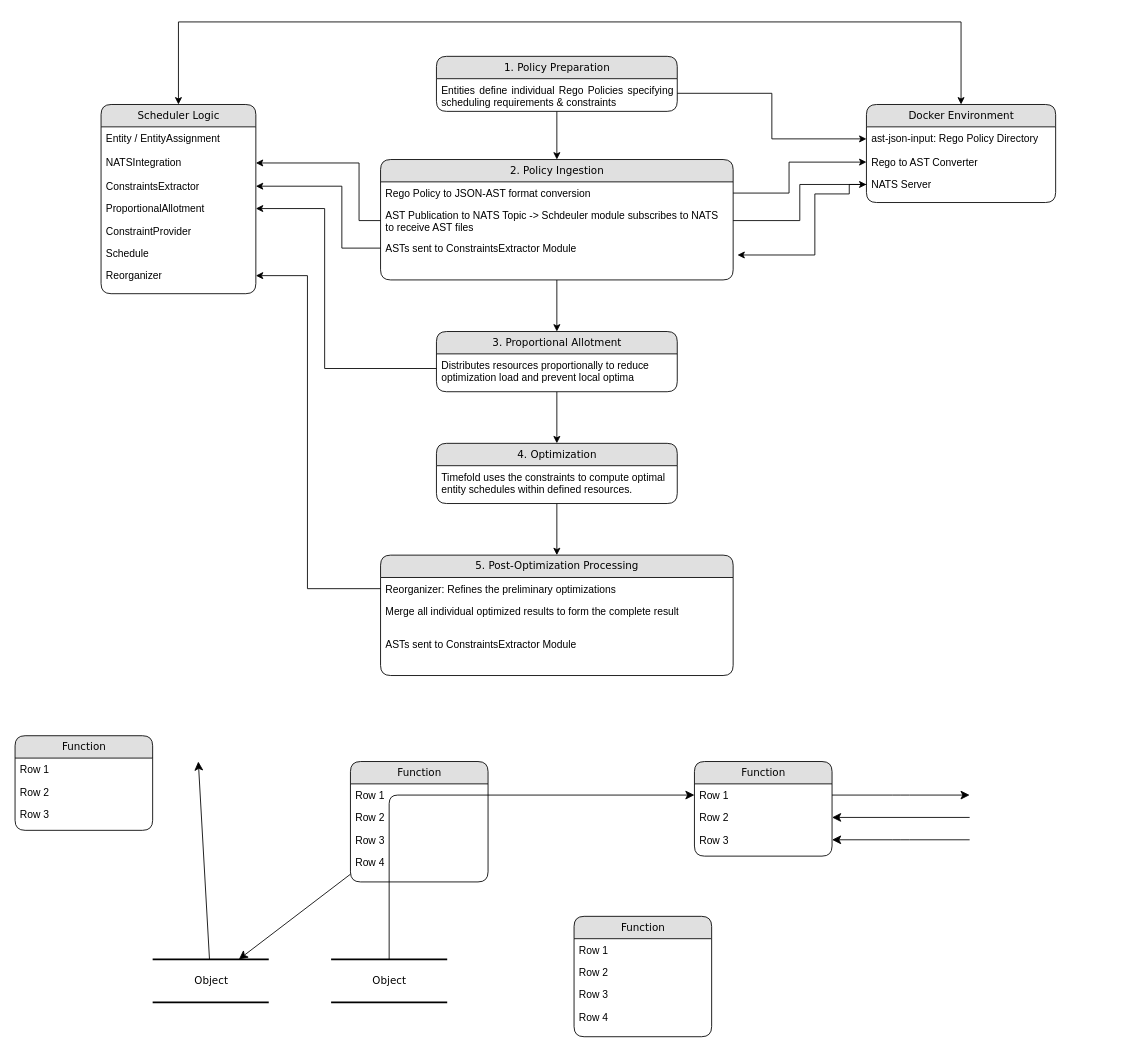
Earlier version of the draw.io diagram Untitled Diagram.drawio (Bravo1311/Draw.io). Source tidied: cells renumbered, new cells numbered last; positions are measured from the earlier drawing's top-left corner, leaving out a move shared by most shapes. Both pictures are drawn from the tidied source at 86%, with x=0, y=0 at pixel (15, 22).
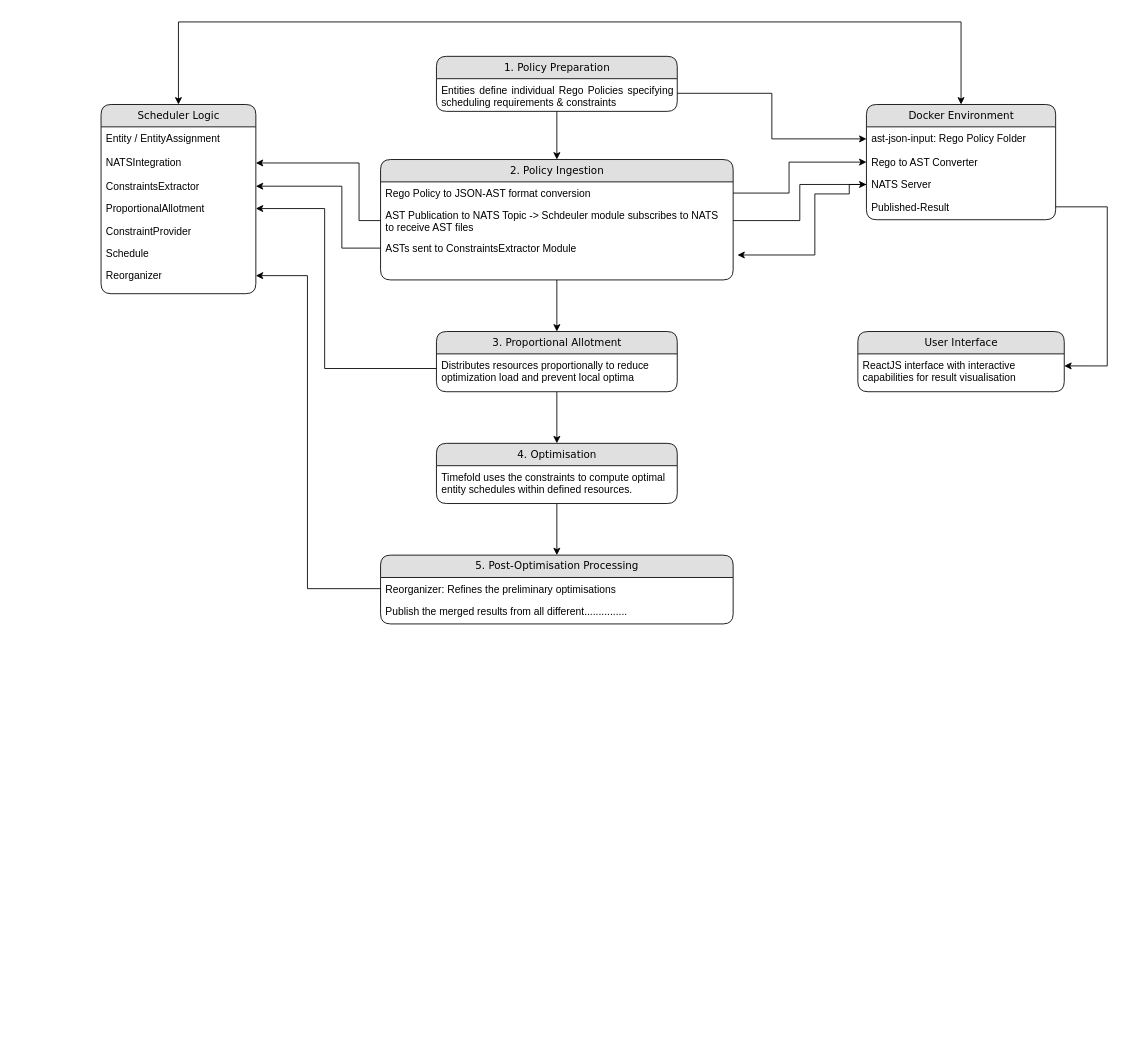
The same diagram, later.

Diff of the diagram source:
```diff
@@
-    <mxCell id="2" value="Object" style="html=1;rounded=0;shadow=0;comic=0;labelBackgroundColor=none;strokeWidth=2;fontFamily=Verdana;fontSize=12;align=center;shape=mxgraph.ios7ui.horLines;" parent="1" vertex="1">
-      <mxGeometry x="160" y="1090" width="135" height="50" as="geometry" />
-    </mxCell>
@@
-    <mxCell id="11" value="Function" style="swimlane;html=1;fontStyle=0;horizontal=1;startSize=26;fillColor=#e0e0e0;swimlaneFillColor=#ffffff;align=center;rounded=1;shadow=0;comic=0;labelBackgroundColor=none;strokeWidth=1;fontFamily=Verdana;fontSize=12;" parent="1" vertex="1">
-      <mxGeometry y="830" width="160" height="110" as="geometry" />
-    </mxCell>
-    <mxCell id="12" value="Row 1" style="text;html=1;strokeColor=none;fillColor=none;spacingLeft=4;spacingRight=4;whiteSpace=wrap;overflow=hidden;" parent="11" vertex="1">
-      <mxGeometry y="26" width="160" height="26" as="geometry" />
-    </mxCell>
-    <mxCell id="13" value="Row 2" style="text;html=1;strokeColor=none;fillColor=none;spacingLeft=4;spacingRight=4;whiteSpace=wrap;overflow=hidden;" parent="11" vertex="1">
-      <mxGeometry y="52" width="160" height="26" as="geometry" />
-    </mxCell>
-    <mxCell id="14" value="Row 3" style="text;html=1;strokeColor=none;fillColor=none;spacingLeft=4;spacingRight=4;whiteSpace=wrap;overflow=hidden;" parent="11" vertex="1">
-      <mxGeometry y="78" width="160" height="26" as="geometry" />
-    </mxCell>
-    <mxCell id="15" value="Function" style="swimlane;html=1;fontStyle=0;horizontal=1;startSize=26;fillColor=#e0e0e0;swimlaneFillColor=#ffffff;align=center;rounded=1;shadow=0;comic=0;labelBackgroundColor=none;strokeWidth=1;fontFamily=Verdana;fontSize=12;" parent="1" vertex="1">
-      <mxGeometry x="390" y="860" width="160" height="140" as="geometry" />
-    </mxCell>
-    <mxCell id="16" value="Row 1" style="text;html=1;strokeColor=none;fillColor=none;spacingLeft=4;spacingRight=4;whiteSpace=wrap;overflow=hidden;" parent="15" vertex="1">
-      <mxGeometry y="26" width="160" height="26" as="geometry" />
-    </mxCell>
-    <mxCell id="17" value="Row 2" style="text;html=1;strokeColor=none;fillColor=none;spacingLeft=4;spacingRight=4;whiteSpace=wrap;overflow=hidden;" parent="15" vertex="1">
-      <mxGeometry y="52" width="160" height="26" as="geometry" />
-    </mxCell>
-    <mxCell id="18" value="Row 3" style="text;html=1;strokeColor=none;fillColor=none;spacingLeft=4;spacingRight=4;whiteSpace=wrap;overflow=hidden;" parent="15" vertex="1">
-      <mxGeometry y="78" width="160" height="26" as="geometry" />
-    </mxCell>
-    <mxCell id="19" value="Row 4" style="text;html=1;strokeColor=none;fillColor=none;spacingLeft=4;spacingRight=4;whiteSpace=wrap;overflow=hidden;" parent="15" vertex="1">
-      <mxGeometry y="104" width="160" height="26" as="geometry" />
-    </mxCell>
@@
     <mxCell id="21" value="Docker Environment" style="swimlane;html=1;fontStyle=0;horizontal=1;startSize=26;fillColor=#e0e0e0;swimlaneFillColor=#ffffff;align=center;rounded=1;shadow=0;comic=0;labelBackgroundColor=none;strokeWidth=1;fontFamily=Verdana;fontSize=12;" parent="1" vertex="1">
-      <mxGeometry x="990" y="96" width="220" height="114" as="geometry" />
+      <mxGeometry x="990" y="96" width="220" height="134" as="geometry" />
     </mxCell>
-    <mxCell id="22" value="ast-json-input: Rego Policy Directory" style="text;html=1;strokeColor=none;fillColor=none;spacingLeft=4;spacingRight=4;whiteSpace=wrap;overflow=hidden;points=[[0,0.5],[1,0.5]];portConstraint=eastwest;" parent="21" vertex="1">
+    <mxCell id="22" value="ast-json-input: Rego Policy Folder" style="text;html=1;strokeColor=none;fillColor=none;spacingLeft=4;spacingRight=4;whiteSpace=wrap;overflow=hidden;points=[[0,0.5],[1,0.5]];portConstraint=eastwest;" parent="21" vertex="1">
       <mxGeometry y="26" width="220" height="28" as="geometry" />
     </mxCell>
@@
-    <mxCell id="25" value="Function" style="swimlane;html=1;fontStyle=0;horizontal=1;startSize=26;fillColor=#e0e0e0;swimlaneFillColor=#ffffff;align=center;rounded=1;shadow=0;comic=0;labelBackgroundColor=none;strokeWidth=1;fontFamily=Verdana;fontSize=12;" parent="1" vertex="1">
-      <mxGeometry x="790" y="860" width="160" height="110" as="geometry" />
-    </mxCell>
-    <mxCell id="26" value="Row 1" style="text;html=1;strokeColor=none;fillColor=none;spacingLeft=4;spacingRight=4;whiteSpace=wrap;overflow=hidden;points=[[0,0.5],[1,0.5]];portConstraint=eastwest;" parent="25" vertex="1">
-      <mxGeometry y="26" width="160" height="26" as="geometry" />
-    </mxCell>
-    <mxCell id="27" value="Row 2" style="text;html=1;strokeColor=none;fillColor=none;spacingLeft=4;spacingRight=4;whiteSpace=wrap;overflow=hidden;points=[[0,0.5],[1,0.5]];portConstraint=eastwest;" parent="25" vertex="1">
-      <mxGeometry y="52" width="160" height="26" as="geometry" />
-    </mxCell>
-    <mxCell id="28" value="Row 3" style="text;html=1;strokeColor=none;fillColor=none;spacingLeft=4;spacingRight=4;whiteSpace=wrap;overflow=hidden;points=[[0,0.5],[1,0.5]];portConstraint=eastwest;" parent="25" vertex="1">
-      <mxGeometry y="78" width="160" height="26" as="geometry" />
-    </mxCell>
-    <mxCell id="29" value="Object" style="html=1;rounded=0;shadow=0;comic=0;labelBackgroundColor=none;strokeWidth=2;fontFamily=Verdana;fontSize=12;align=center;shape=mxgraph.ios7ui.horLines;" parent="1" vertex="1">
-      <mxGeometry x="367.5" y="1090" width="135" height="50" as="geometry" />
-    </mxCell>
-    <mxCell id="30" style="edgeStyle=none;html=1;labelBackgroundColor=none;startFill=0;startSize=8;endFill=1;endSize=8;fontFamily=Verdana;fontSize=12;" parent="1" edge="1" source="15" target="2">
-      <mxGeometry relative="1" as="geometry" />
-    </mxCell>
-    <mxCell id="31" style="edgeStyle=none;html=1;labelBackgroundColor=none;startFill=0;startSize=8;endFill=1;endSize=8;fontFamily=Verdana;fontSize=12;" parent="1" edge="1" source="2">
-      <mxGeometry relative="1" as="geometry">
-        <mxPoint x="213.1" y="860" as="targetPoint" />
-      </mxGeometry>
-    </mxCell>
-    <mxCell id="32" style="edgeStyle=orthogonalEdgeStyle;html=1;labelBackgroundColor=none;startFill=0;startSize=8;endFill=1;endSize=8;fontFamily=Verdana;fontSize=12;" parent="1" edge="1" source="29" target="26">
-      <mxGeometry x="-0.13" y="32" relative="1" as="geometry" />
-    </mxCell>
-    <mxCell id="33" style="edgeStyle=orthogonalEdgeStyle;html=1;exitX=1;exitY=0.5;labelBackgroundColor=none;startFill=0;startSize=8;endFill=1;endSize=8;fontFamily=Verdana;fontSize=12;" parent="1" edge="1" source="26">
-      <mxGeometry relative="1" as="geometry">
-        <mxPoint x="1110" y="899" as="targetPoint" />
-      </mxGeometry>
-    </mxCell>
-    <mxCell id="34" style="edgeStyle=orthogonalEdgeStyle;html=1;labelBackgroundColor=none;startFill=0;startSize=8;endFill=1;endSize=8;fontFamily=Verdana;fontSize=12;entryX=1;entryY=0.5;" parent="1" edge="1" target="27">
-      <mxGeometry relative="1" as="geometry">
-        <mxPoint x="1110" y="925" as="sourcePoint" />
-        <Array as="points">
-          <mxPoint x="1110" y="925" />
-        </Array>
-      </mxGeometry>
-    </mxCell>
-    <mxCell id="35" style="edgeStyle=orthogonalEdgeStyle;html=1;labelBackgroundColor=none;startFill=0;startSize=8;endFill=1;endSize=8;fontFamily=Verdana;fontSize=12;entryX=1;entryY=0.5;" parent="1" edge="1" target="28">
-      <mxGeometry relative="1" as="geometry">
-        <mxPoint x="1110" y="951" as="sourcePoint" />
-        <Array as="points">
-          <mxPoint x="1030" y="951" />
-          <mxPoint x="1030" y="951" />
-        </Array>
-      </mxGeometry>
-    </mxCell>
-    <mxCell id="36" value="Function" style="swimlane;html=1;fontStyle=0;horizontal=1;startSize=26;fillColor=#e0e0e0;swimlaneFillColor=#ffffff;align=center;rounded=1;shadow=0;comic=0;labelBackgroundColor=none;strokeWidth=1;fontFamily=Verdana;fontSize=12;" parent="1" vertex="1">
-      <mxGeometry x="650" y="1040" width="160" height="140" as="geometry" />
-    </mxCell>
-    <mxCell id="37" value="Row 1" style="text;html=1;strokeColor=none;fillColor=none;spacingLeft=4;spacingRight=4;whiteSpace=wrap;overflow=hidden;" parent="36" vertex="1">
-      <mxGeometry y="26" width="160" height="26" as="geometry" />
-    </mxCell>
-    <mxCell id="38" value="Row 2" style="text;html=1;strokeColor=none;fillColor=none;spacingLeft=4;spacingRight=4;whiteSpace=wrap;overflow=hidden;" parent="36" vertex="1">
-      <mxGeometry y="52" width="160" height="26" as="geometry" />
-    </mxCell>
-    <mxCell id="39" value="Row 3" style="text;html=1;strokeColor=none;fillColor=none;spacingLeft=4;spacingRight=4;whiteSpace=wrap;overflow=hidden;" parent="36" vertex="1">
-      <mxGeometry y="78" width="160" height="26" as="geometry" />
-    </mxCell>
-    <mxCell id="40" value="Row 4" style="text;html=1;strokeColor=none;fillColor=none;spacingLeft=4;spacingRight=4;whiteSpace=wrap;overflow=hidden;" parent="36" vertex="1">
-      <mxGeometry y="104" width="160" height="26" as="geometry" />
-    </mxCell>
+    <mxCell id="67" value="Published-Result" style="text;html=1;strokeColor=none;fillColor=none;spacingLeft=4;spacingRight=4;whiteSpace=wrap;overflow=hidden;points=[[0,0.5],[1,0.5]];portConstraint=eastwest;" parent="21" vertex="1">
+      <mxGeometry y="106" width="220" height="26" as="geometry" />
+    </mxCell>
@@
-    <mxCell id="59" value="5. Post-Optimization Processing" style="swimlane;html=1;fontStyle=0;horizontal=1;startSize=26;fillColor=#e0e0e0;swimlaneFillColor=#ffffff;align=center;rounded=1;shadow=0;comic=0;labelBackgroundColor=none;strokeWidth=1;fontFamily=Verdana;fontSize=12;" parent="1" vertex="1">
-      <mxGeometry x="425" y="620" width="410" height="140" as="geometry" />
+    <mxCell id="59" value="5. Post-Optimisation Processing" style="swimlane;html=1;fontStyle=0;horizontal=1;startSize=26;fillColor=#e0e0e0;swimlaneFillColor=#ffffff;align=center;rounded=1;shadow=0;comic=0;labelBackgroundColor=none;strokeWidth=1;fontFamily=Verdana;fontSize=12;" parent="1" vertex="1">
+      <mxGeometry x="425" y="620" width="410" height="80" as="geometry" />
     </mxCell>
-    <mxCell id="60" value="Reorganizer: Refines the preliminary optimizations" style="text;html=1;strokeColor=none;fillColor=none;spacingLeft=4;spacingRight=4;whiteSpace=wrap;overflow=hidden;points=[[0,0.5],[1,0.5]];portConstraint=eastwest;" parent="59" vertex="1">
+    <mxCell id="60" value="Reorganizer: Refines the preliminary optimisations" style="text;html=1;strokeColor=none;fillColor=none;spacingLeft=4;spacingRight=4;whiteSpace=wrap;overflow=hidden;points=[[0,0.5],[1,0.5]];portConstraint=eastwest;" parent="59" vertex="1">
       <mxGeometry y="26" width="410" height="26" as="geometry" />
     </mxCell>
-    <mxCell id="61" value="Merge all individual optimized results to form the complete result" style="text;html=1;strokeColor=none;fillColor=none;spacingLeft=4;spacingRight=4;whiteSpace=wrap;overflow=hidden;" parent="59" vertex="1">
-      <mxGeometry y="52" width="410" height="38" as="geometry" />
+    <mxCell id="61" value="Publish the merged results from all different..............." style="text;html=1;strokeColor=none;fillColor=none;spacingLeft=4;spacingRight=4;whiteSpace=wrap;overflow=hidden;" parent="59" vertex="1">
+      <mxGeometry y="52" width="410" height="28" as="geometry" />
     </mxCell>
-    <mxCell id="62" value="ASTs sent to ConstraintsExtractor Module" style="text;html=1;strokeColor=none;fillColor=none;spacingLeft=4;spacingRight=4;whiteSpace=wrap;overflow=hidden;" parent="59" vertex="1">
-      <mxGeometry y="90" width="410" height="26" as="geometry" />
-    </mxCell>
@@
-    <mxCell id="64" value="4. Optimization" style="swimlane;html=1;fontStyle=0;horizontal=1;startSize=26;fillColor=#e0e0e0;swimlaneFillColor=#ffffff;align=center;rounded=1;shadow=0;comic=0;labelBackgroundColor=none;strokeWidth=1;fontFamily=Verdana;fontSize=12;" parent="1" vertex="1">
+    <mxCell id="64" value="4. Optimisation" style="swimlane;html=1;fontStyle=0;horizontal=1;startSize=26;fillColor=#e0e0e0;swimlaneFillColor=#ffffff;align=center;rounded=1;shadow=0;comic=0;labelBackgroundColor=none;strokeWidth=1;fontFamily=Verdana;fontSize=12;" parent="1" vertex="1">
       <mxGeometry x="490" y="490" width="280" height="70" as="geometry" />
     </mxCell>
@@
+    <mxCell id="68" value="User Interface" style="swimlane;html=1;fontStyle=0;horizontal=1;startSize=26;fillColor=#e0e0e0;swimlaneFillColor=#ffffff;align=center;rounded=1;shadow=0;comic=0;labelBackgroundColor=none;strokeWidth=1;fontFamily=Verdana;fontSize=12;" parent="1" vertex="1">
+      <mxGeometry x="980" y="360" width="240" height="70" as="geometry" />
+    </mxCell>
+    <mxCell id="69" value="ReactJS interface with interactive capabilities for result visualisation" style="text;html=1;strokeColor=none;fillColor=none;spacingLeft=4;spacingRight=4;whiteSpace=wrap;overflow=hidden;points=[[0,0.5],[1,0.5]];portConstraint=eastwest;" parent="68" vertex="1">
+      <mxGeometry y="26" width="240" height="44" as="geometry" />
+    </mxCell>
+    <mxCell id="70" style="edgeStyle=orthogonalEdgeStyle;rounded=0;jettySize=auto;html=1;entryX=1;entryY=0.318;entryDx=0;entryDy=0;entryPerimeter=0;" parent="1" edge="1" source="67" target="69">
+      <mxGeometry relative="1" as="geometry">
+        <Array as="points">
+          <mxPoint x="1270" y="215" />
+          <mxPoint x="1270" y="400" />
+        </Array>
+      </mxGeometry>
+    </mxCell>
```
